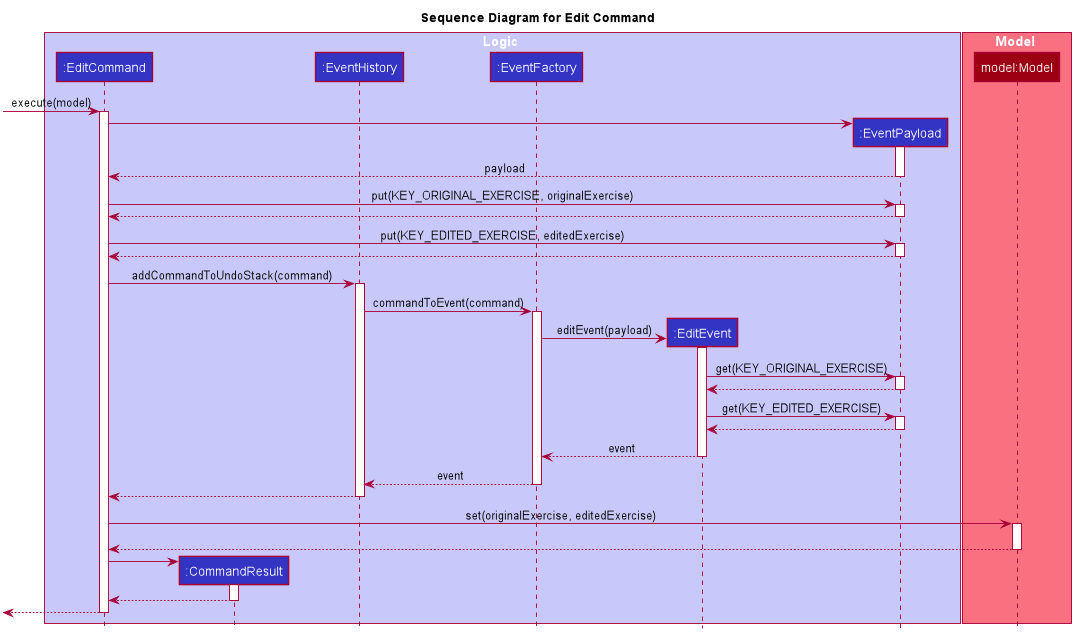
Before: docs/images/UndoableCommandSequenceDiagram.png, a diagram exported from PlantUML (nus-cs2103-AY1920S1/addressbook-level3).
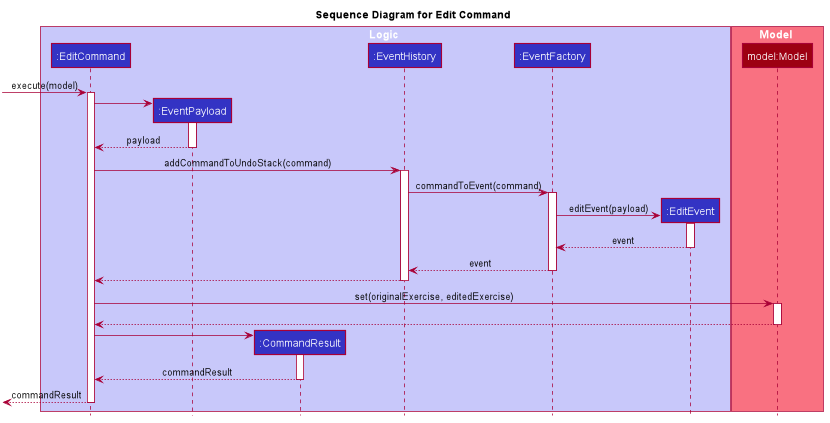
After the commit.

Diff of the diagram source:
```diff
@@ -51,11 +51,11 @@
 
 box Logic #C8C8FA
 participant ":EditCommand" as EditCommand #3333C4
+participant ":EventPayload" as EventPayload #3333C4
 participant ":CommandResult" as CommandResult #3333C4
 participant ":EventHistory" as EventHistory #3333C4
 participant ":EventFactory" as EventFactory #3333C4
 participant ":EditEvent" as EditEvent #3333C4
-participant ":EventPayload" as EventPayload #3333C4
 end box
 
 box Model #F97181
@@ -72,13 +72,6 @@
     activate EventPayload
     return payload
 
-    EditCommand -> EventPayload : put(KEY_ORIGINAL_EXERCISE, originalExercise)
-    activate EventPayload
-    return
-
-    EditCommand -> EventPayload : put(KEY_EDITED_EXERCISE, editedExercise)
-    activate EventPayload
-    return
 
     EditCommand -> EventHistory : addCommandToUndoStack(command)
     activate EventHistory
@@ -90,13 +83,6 @@
             EventFactory -> EditEvent : editEvent(payload)
             activate EditEvent
 
-                EditEvent -> EventPayload : get(KEY_ORIGINAL_EXERCISE)
-                activate EventPayload
-                return
-
-                EditEvent -> EventPayload : get(KEY_EDITED_EXERCISE)
-                activate EventPayload
-                return
 
             return event
 
@@ -116,10 +102,10 @@
     EditCommand -> CommandResult
     activate CommandResult
 
-    CommandResult --> EditCommand
+    CommandResult --> EditCommand : commandResult
     deactivate CommandResult
 
-[<-- EditCommand
+[<-- EditCommand : commandResult
 deactivate EditCommand
 
 @enduml
```
